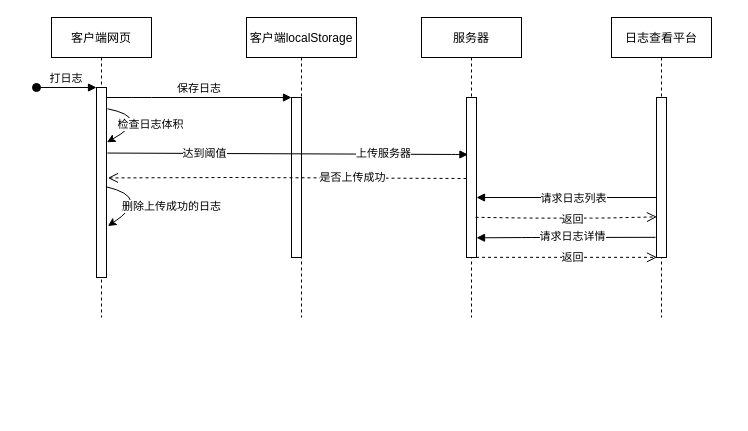
Before: 日志收集上传.drawio in aaaaaAndy/picture, a draw.io diagram. Source tidied: cells renumbered, new cells numbered last; positions are measured from the earlier drawing's top-left corner, leaving out a move shared by most shapes. Both pictures are drawn from the tidied source at 100%, with x=0, y=0 at pixel (36, 17).
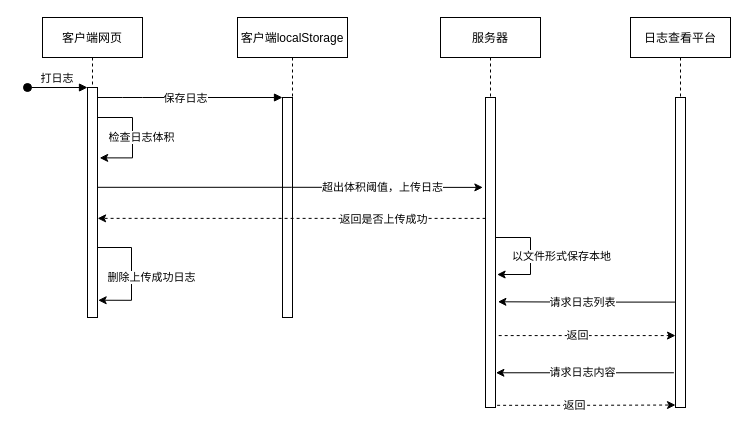
Above is the later version.

Commit message (it also covers changes not shown here):
Update 日志收集上传.drawio

Diff of the diagram source:
```diff
@@
     <mxCell id="2" value="客户端网页" style="shape=umlLifeline;perimeter=lifelinePerimeter;rounded=0;shadow=0;strokeWidth=1;" parent="1" vertex="1">
-      <mxGeometry x="15" width="100" height="300" as="geometry" />
+      <mxGeometry x="6" width="100" height="300" as="geometry" />
     </mxCell>
     <mxCell id="3" style="points=[];perimeter=orthogonalPerimeter;rounded=0;shadow=0;strokeWidth=1;" parent="2" vertex="1">
-      <mxGeometry x="45" y="70" width="10" height="190" as="geometry" />
+      <mxGeometry x="45" y="70" width="10" height="230" as="geometry" />
     </mxCell>
@@
-    <mxCell id="5" style="curved=1;endArrow=classic;html=1;exitX=1.095;exitY=0.112;exitDx=0;exitDy=0;exitPerimeter=0;entryX=1.048;entryY=0.288;entryDx=0;entryDy=0;entryPerimeter=0;" parent="2" edge="1" source="3" target="3">
-      <mxGeometry relative="1" as="geometry">
-        <Array as="points">
-          <mxPoint x="100" y="100" />
-        </Array>
-      </mxGeometry>
-    </mxCell>
-    <mxCell id="6" value="检查日志体积" style="edgeLabel;html=1;align=center;verticalAlign=middle;" parent="5" vertex="1">
-      <mxGeometry x="0.42" y="-5" relative="1" as="geometry">
-        <mxPoint x="21" as="offset" />
+    <mxCell id="6" value="检查日志体积" style="edgeStyle=orthogonalEdgeStyle;rounded=0;orthogonalLoop=1;jettySize=auto;html=1;entryX=1.217;entryY=0.306;entryDx=0;entryDy=0;entryPerimeter=0;" parent="2" edge="1" source="3" target="3">
+      <mxGeometry x="0.02" y="9" relative="1" as="geometry">
+        <Array as="points">
+          <mxPoint x="90" y="100" />
+          <mxPoint x="90" y="140" />
+        </Array>
       </mxGeometry>
     </mxCell>
-    <mxCell id="7" style="curved=1;endArrow=classic;html=1;exitX=1;exitY=0.523;exitDx=0;exitDy=0;exitPerimeter=0;entryX=1.143;entryY=0.729;entryDx=0;entryDy=0;entryPerimeter=0;" parent="2" edge="1" source="3" target="3">
-      <mxGeometry relative="1" as="geometry">
-        <Array as="points">
-          <mxPoint x="100" y="180" />
-        </Array>
-      </mxGeometry>
-    </mxCell>
-    <mxCell id="8" value="删除上传成功的日志" style="edgeLabel;html=1;align=center;verticalAlign=middle;" parent="7" vertex="1">
-      <mxGeometry x="0.42" y="-5" relative="1" as="geometry">
-        <mxPoint x="42" as="offset" />
-      </mxGeometry>
-    </mxCell>
+    <mxCell id="29" value="删除上传成功日志" style="edgeStyle=orthogonalEdgeStyle;rounded=0;orthogonalLoop=1;jettySize=auto;html=1;entryX=1.067;entryY=0.925;entryDx=0;entryDy=0;entryPerimeter=0;" parent="2" edge="1" source="3" target="3">
+      <mxGeometry x="0.07" y="20" relative="1" as="geometry">
+        <Array as="points">
+          <mxPoint x="89" y="230" />
+          <mxPoint x="89" y="283" />
+        </Array>
+      </mxGeometry>
+    </mxCell>
     <mxCell id="9" value="客户端localStorage" style="shape=umlLifeline;perimeter=lifelinePerimeter;rounded=0;shadow=0;strokeWidth=1;" parent="1" vertex="1">
-      <mxGeometry x="210" width="110" height="300" as="geometry" />
+      <mxGeometry x="201" width="110" height="300" as="geometry" />
     </mxCell>
     <mxCell id="10" style="points=[];perimeter=orthogonalPerimeter;rounded=0;shadow=0;strokeWidth=1;" parent="9" vertex="1">
-      <mxGeometry x="45" y="80" width="10" height="160" as="geometry" />
+      <mxGeometry x="45" y="80" width="10" height="220" as="geometry" />
     </mxCell>
-    <mxCell id="11" value="保存日志" style="verticalAlign=bottom;endArrow=block;entryX=0;entryY=0;shadow=0;strokeWidth=1;" parent="1" edge="1" source="3" target="10">
+    <mxCell id="11" style="verticalAlign=bottom;endArrow=block;entryX=0;entryY=0;shadow=0;strokeWidth=1;" parent="1" edge="1" source="3" target="10">
       <mxGeometry relative="1" as="geometry">
         <Array as="points">
-          <mxPoint x="105" y="80" />
+          <mxPoint x="96" y="80" />
         </Array>
       </mxGeometry>
     </mxCell>
+    <mxCell id="30" value="保存日志" style="edgeLabel;html=1;align=center;verticalAlign=middle;" parent="11" vertex="1">
+      <mxGeometry x="-0.06" relative="1" as="geometry" />
+    </mxCell>
     <mxCell id="12" value="服务器" style="shape=umlLifeline;perimeter=lifelinePerimeter;rounded=0;shadow=0;strokeWidth=1;" parent="1" vertex="1">
-      <mxGeometry x="385" width="100" height="300" as="geometry" />
+      <mxGeometry x="404" width="100" height="390" as="geometry" />
     </mxCell>
     <mxCell id="13" style="points=[];perimeter=orthogonalPerimeter;rounded=0;shadow=0;strokeWidth=1;" parent="12" vertex="1">
-      <mxGeometry x="45" y="80" width="10" height="160" as="geometry" />
+      <mxGeometry x="45" y="80" width="10" height="310" as="geometry" />
     </mxCell>
+    <mxCell id="31" style="edgeStyle=orthogonalEdgeStyle;rounded=0;orthogonalLoop=1;jettySize=auto;html=1;entryX=1.16;entryY=0.571;entryDx=0;entryDy=0;entryPerimeter=0;" parent="12" edge="1" source="13" target="13">
+      <mxGeometry relative="1" as="geometry">
+        <Array as="points">
+          <mxPoint x="90" y="220" />
+          <mxPoint x="90" y="257" />
+        </Array>
+      </mxGeometry>
+    </mxCell>
+    <mxCell id="32" value="以文件形式保存本地" style="edgeLabel;html=1;align=center;verticalAlign=middle;" parent="31" vertex="1">
+      <mxGeometry x="0.04" y="1" relative="1" as="geometry">
+        <mxPoint x="29" y="-2" as="offset" />
+      </mxGeometry>
+    </mxCell>
     <mxCell id="14" value="日志查看平台" style="shape=umlLifeline;perimeter=lifelinePerimeter;rounded=0;shadow=0;strokeWidth=1;" parent="1" vertex="1">
-      <mxGeometry x="575" width="100" height="300" as="geometry" />
+      <mxGeometry x="594" width="100" height="390" as="geometry" />
     </mxCell>
     <mxCell id="15" style="points=[];perimeter=orthogonalPerimeter;rounded=0;shadow=0;strokeWidth=1;" parent="14" vertex="1">
-      <mxGeometry x="45" y="80" width="10" height="160" as="geometry" />
+      <mxGeometry x="45" y="80" width="10" height="310" as="geometry" />
     </mxCell>
-    <mxCell id="16" style="verticalAlign=bottom;endArrow=block;shadow=0;strokeWidth=1;entryX=0.143;entryY=0.357;entryDx=0;entryDy=0;entryPerimeter=0;exitX=1.095;exitY=0.345;exitDx=0;exitDy=0;exitPerimeter=0;" parent="1" edge="1" source="3" target="13">
-      <mxGeometry relative="1" as="geometry">
-        <Array as="points">
-          <mxPoint x="425" y="137" />
-        </Array>
-      </mxGeometry>
+    <mxCell id="16" style="edgeStyle=orthogonalEdgeStyle;rounded=0;jettySize=auto;html=1;exitX=1.01;exitY=0.434;exitDx=0;exitDy=0;exitPerimeter=0;entryX=-0.266;entryY=0.29;entryDx=0;entryDy=0;entryPerimeter=0;" parent="1" edge="1" source="3" target="13">
+      <mxGeometry relative="1" as="geometry" />
     </mxCell>
-    <mxCell id="17" value="上传服务器" style="edgeLabel;html=1;align=center;verticalAlign=middle;" parent="16" vertex="1">
-      <mxGeometry x="0.39" y="1" relative="1" as="geometry">
-        <mxPoint x="25" as="offset" />
-      </mxGeometry>
-    </mxCell>
-    <mxCell id="18" value="达到阈值" style="edgeLabel;html=1;align=center;verticalAlign=middle;" parent="16" vertex="1">
-      <mxGeometry x="-0.46" relative="1" as="geometry" />
-    </mxCell>
-    <mxCell id="19" style="verticalAlign=bottom;endArrow=open;dashed=1;endSize=8;exitX=0;exitY=0.95;shadow=0;strokeWidth=1;entryX=1.143;entryY=0.476;entryDx=0;entryDy=0;entryPerimeter=0;" parent="1" edge="1" target="3">
-      <mxGeometry relative="1" as="geometry">
-        <mxPoint x="430" y="161" as="sourcePoint" />
-        <Array as="points">
-          <mxPoint x="195" y="160" />
-        </Array>
-      </mxGeometry>
-    </mxCell>
-    <mxCell id="20" value="是否上传成功" style="edgeLabel;html=1;align=center;verticalAlign=middle;" parent="19" vertex="1">
-      <mxGeometry x="-0.23" y="-1" relative="1" as="geometry">
-        <mxPoint x="23" as="offset" />
-      </mxGeometry>
-    </mxCell>
-    <mxCell id="21" style="verticalAlign=bottom;endArrow=block;shadow=0;strokeWidth=1;" parent="1" edge="1" source="15">
-      <mxGeometry relative="1" as="geometry">
-        <mxPoint x="440" y="180" as="targetPoint" />
-      </mxGeometry>
-    </mxCell>
+    <mxCell id="33" value="超出体积阈值，上传日志" style="edgeLabel;html=1;align=center;verticalAlign=middle;" parent="16" vertex="1">
+      <mxGeometry x="-0.46" y="-2" relative="1" as="geometry">
+        <mxPoint x="180" y="-2" as="offset" />
+      </mxGeometry>
+    </mxCell>
+    <mxCell id="34" style="edgeStyle=orthogonalEdgeStyle;rounded=0;jettySize=auto;html=1;entryX=1.01;entryY=0.569;entryDx=0;entryDy=0;entryPerimeter=0;dashed=1;exitX=0.01;exitY=0.39;exitDx=0;exitDy=0;exitPerimeter=0;" parent="1" edge="1" source="13" target="3">
+      <mxGeometry relative="1" as="geometry" />
+    </mxCell>
+    <mxCell id="35" value="返回是否上传成功" style="edgeLabel;html=1;align=center;verticalAlign=middle;" parent="34" vertex="1">
+      <mxGeometry x="-0.38" y="1" relative="1" as="geometry">
+        <mxPoint x="17" as="offset" />
+      </mxGeometry>
+    </mxCell>
+    <mxCell id="36" style="edgeStyle=orthogonalEdgeStyle;rounded=0;jettySize=auto;html=1;entryX=1.24;entryY=0.659;entryDx=0;entryDy=0;entryPerimeter=0;exitX=0;exitY=0.66;exitDx=0;exitDy=0;exitPerimeter=0;" parent="1" edge="1" source="15" target="13">
+      <mxGeometry relative="1" as="geometry" />
+    </mxCell>
-    <mxCell id="22" value="请求日志列表" style="edgeLabel;html=1;align=center;verticalAlign=middle;" parent="21" vertex="1">
-      <mxGeometry x="-0.14" relative="1" as="geometry">
-        <mxPoint x="-7" as="offset" />
-      </mxGeometry>
+    <mxCell id="22" value="请求日志列表" style="edgeLabel;html=1;align=center;verticalAlign=middle;" parent="36" vertex="1">
+      <mxGeometry x="0.06" relative="1" as="geometry" />
     </mxCell>
-    <mxCell id="23" style="verticalAlign=bottom;endArrow=open;dashed=1;endSize=8;shadow=0;strokeWidth=1;exitX=0.905;exitY=0.749;exitDx=0;exitDy=0;exitPerimeter=0;entryX=0.048;entryY=0.746;entryDx=0;entryDy=0;entryPerimeter=0;" parent="1" edge="1" source="13" target="15">
-      <mxGeometry relative="1" as="geometry">
-        <Array as="points">
-          <mxPoint x="495" y="200.6" />
-          <mxPoint x="565" y="200.6" />
-        </Array>
-      </mxGeometry>
-    </mxCell>
-    <mxCell id="24" value="返回" style="edgeLabel;html=1;align=center;verticalAlign=middle;" parent="23" vertex="1">
-      <mxGeometry x="-0.03" y="-1" relative="1" as="geometry">
-        <mxPoint x="8" as="offset" />
-      </mxGeometry>
-    </mxCell>
-    <mxCell id="25" style="verticalAlign=bottom;endArrow=block;shadow=0;strokeWidth=1;exitX=-0.095;exitY=0.874;exitDx=0;exitDy=0;exitPerimeter=0;entryX=1;entryY=0.877;entryDx=0;entryDy=0;entryPerimeter=0;" parent="1" edge="1" source="15" target="13">
-      <mxGeometry relative="1" as="geometry">
-        <Array as="points">
-          <mxPoint x="495" y="220" />
-        </Array>
-      </mxGeometry>
-    </mxCell>
-    <mxCell id="26" value="请求日志详情" style="edgeLabel;html=1;align=center;verticalAlign=middle;" parent="25" vertex="1">
-      <mxGeometry x="0.08" y="-1" relative="1" as="geometry">
-        <mxPoint x="13" as="offset" />
-      </mxGeometry>
-    </mxCell>
-    <mxCell id="27" style="verticalAlign=bottom;endArrow=open;dashed=1;endSize=8;shadow=0;strokeWidth=1;exitX=0.952;exitY=0.999;exitDx=0;exitDy=0;exitPerimeter=0;entryX=0.048;entryY=0.999;entryDx=0;entryDy=0;entryPerimeter=0;" parent="1" edge="1" source="13" target="15">
-      <mxGeometry relative="1" as="geometry" />
-    </mxCell>
-    <mxCell id="28" value="返回" style="edgeLabel;html=1;align=center;verticalAlign=middle;" parent="27" vertex="1">
-      <mxGeometry x="-0.07" y="1" relative="1" as="geometry">
-        <mxPoint x="12" y="1" as="offset" />
-      </mxGeometry>
-    </mxCell>
+    <mxCell id="37" style="edgeStyle=orthogonalEdgeStyle;rounded=0;jettySize=auto;html=1;entryX=0;entryY=0.768;entryDx=0;entryDy=0;entryPerimeter=0;dashed=1;exitX=1.32;exitY=0.768;exitDx=0;exitDy=0;exitPerimeter=0;" parent="1" edge="1" source="13" target="15">
+      <mxGeometry relative="1" as="geometry" />
+    </mxCell>
+    <mxCell id="38" value="返回" style="edgeLabel;html=1;align=center;verticalAlign=middle;" parent="37" vertex="1">
+      <mxGeometry x="-0.12" y="1" relative="1" as="geometry" />
+    </mxCell>
+    <mxCell id="39" style="edgeStyle=orthogonalEdgeStyle;rounded=0;jettySize=auto;html=1;entryX=1.04;entryY=0.888;entryDx=0;entryDy=0;entryPerimeter=0;exitX=-0.16;exitY=0.888;exitDx=0;exitDy=0;exitPerimeter=0;" parent="1" edge="1" source="15" target="13">
+      <mxGeometry relative="1" as="geometry" />
+    </mxCell>
+    <mxCell id="40" value="请求日志内容" style="edgeLabel;html=1;align=center;verticalAlign=middle;" parent="39" vertex="1">
+      <mxGeometry x="0.29" y="-1" relative="1" as="geometry">
+        <mxPoint x="23" as="offset" />
+      </mxGeometry>
+    </mxCell>
+    <mxCell id="41" style="edgeStyle=orthogonalEdgeStyle;rounded=0;jettySize=auto;html=1;entryX=0;entryY=0.992;entryDx=0;entryDy=0;entryPerimeter=0;dashed=1;exitX=1.16;exitY=0.993;exitDx=0;exitDy=0;exitPerimeter=0;" parent="1" edge="1" source="13" target="15">
+      <mxGeometry relative="1" as="geometry" />
+    </mxCell>
+    <mxCell id="42" value="返回" style="edgeLabel;html=1;align=center;verticalAlign=middle;" parent="41" vertex="1">
+      <mxGeometry x="-0.14" relative="1" as="geometry" />
+    </mxCell>
```
